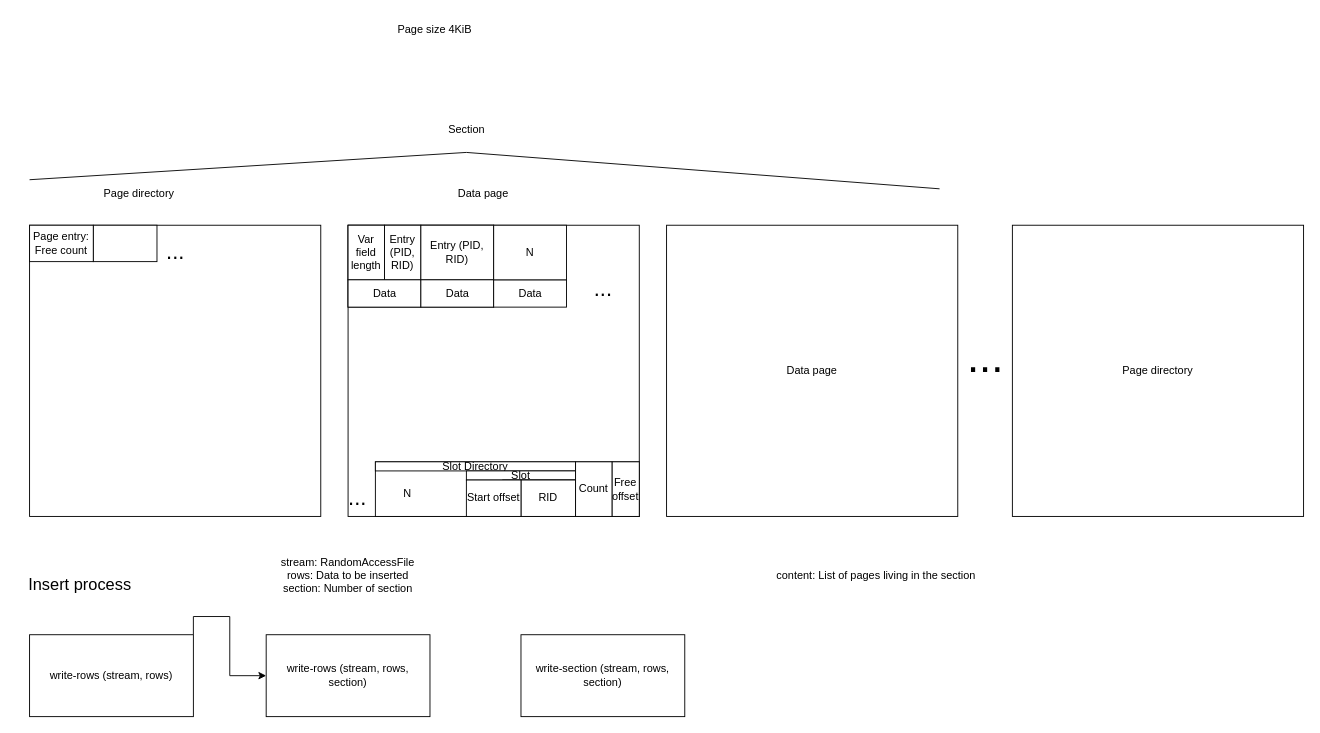
The draw.io diagram diagram.drawio in carloshernandez2/clj-db, before the edit. Source tidied: cells renumbered, new cells numbered last; positions are measured from the earlier drawing's top-left corner, leaving out a move shared by most shapes. Both pictures are drawn from the tidied source at 91%, with x=0, y=0 at pixel (15, 15).
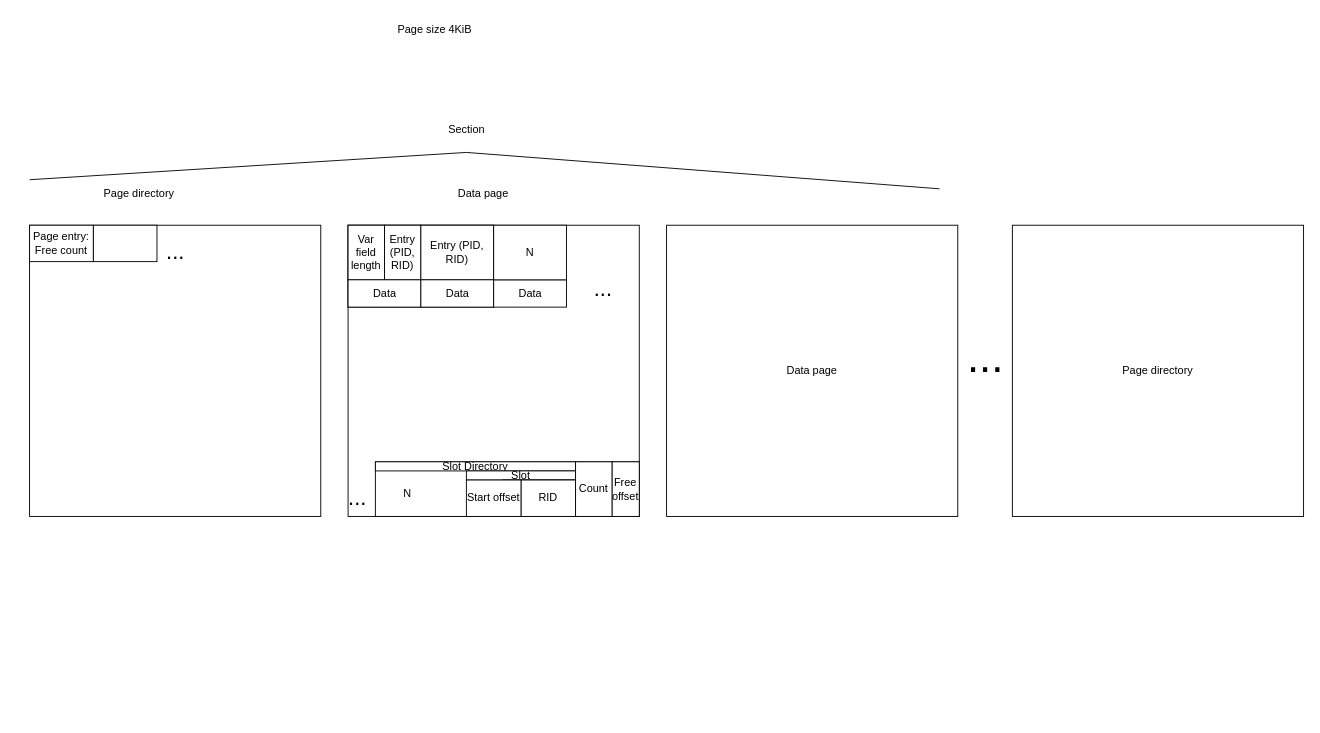
After the change.

Commit message (it also covers changes not shown here):
Support scanning page directories for available space on INSERT

Change to the diagram source:
```diff
@@
-    <mxCell id="35" value="&lt;font style=&quot;font-size: 18px;&quot;&gt;Insert process&lt;/font&gt;" style="text;html=1;align=center;verticalAlign=middle;strokeColor=none;fillColor=none;" parent="1" vertex="1">
-      <mxGeometry y="605" width="140" height="40" as="geometry" />
-    </mxCell>
-    <mxCell id="36" style="edgeStyle=orthogonalEdgeStyle;rounded=0;jettySize=auto;html=1;exitX=1;exitY=0;exitDx=0;exitDy=0;" parent="1" edge="1" source="37" target="38">
-      <mxGeometry relative="1" as="geometry" />
-    </mxCell>
-    <mxCell id="37" value="write-rows (stream, rows)" style="rounded=0;whiteSpace=wrap;html=1;" parent="1" vertex="1">
-      <mxGeometry x="15" y="680" width="180" height="90" as="geometry" />
-    </mxCell>
-    <mxCell id="38" value="write-rows (stream, rows, section)" style="rounded=0;whiteSpace=wrap;html=1;" parent="1" vertex="1">
-      <mxGeometry x="275" y="680" width="180" height="90" as="geometry" />
-    </mxCell>
-    <mxCell id="39" value="stream: RandomAccessFile&lt;br&gt;rows: Data to be inserted&lt;br&gt;section: Number of section" style="text;html=1;align=center;verticalAlign=middle;whiteSpace=wrap;rounded=0;" parent="1" vertex="1">
-      <mxGeometry x="290" y="600" width="150" height="30" as="geometry" />
-    </mxCell>
-    <mxCell id="40" value="content: List of pages living in the section" style="text;html=1;align=center;verticalAlign=middle;strokeColor=none;fillColor=none;" parent="1" vertex="1">
-      <mxGeometry x="825" y="600" width="240" height="30" as="geometry" />
-    </mxCell>
@@
-    <mxCell id="43" value="write-section (stream, rows, section)" style="rounded=0;whiteSpace=wrap;html=1;" parent="1" vertex="1">
-      <mxGeometry x="555" y="680" width="180" height="90" as="geometry" />
-    </mxCell>
```
